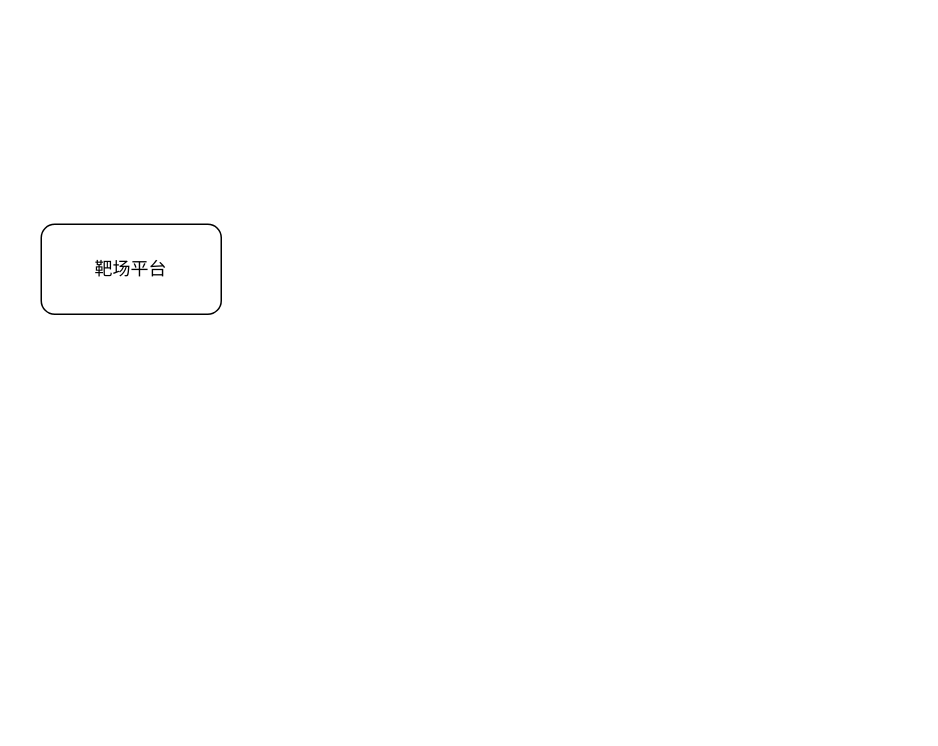
Before: 未命名绘图.drawio in HeisenbergV/algo, a draw.io diagram. Source tidied: cells renumbered, new cells numbered last; positions are measured from the earlier drawing's top-left corner, leaving out a move shared by most shapes. Both pictures are drawn from the tidied source at 150%, with x=0, y=0 at pixel (40, 224).
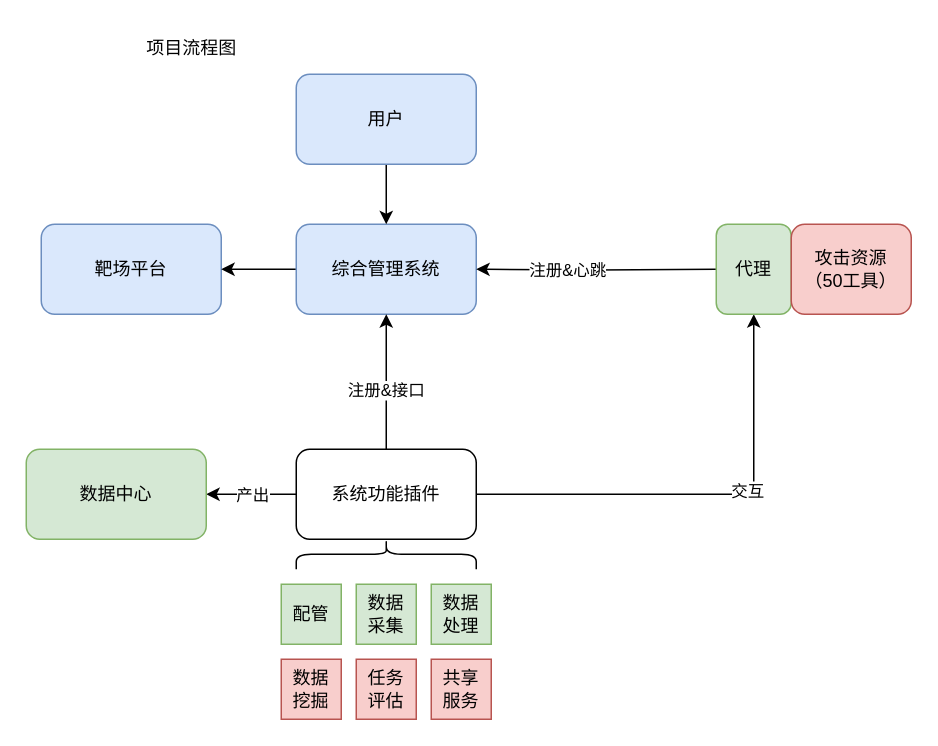
Above is the later version.

Commit message:
更新未命名绘图.drawio

Change to the diagram source:
```diff
@@
-    <mxCell id="2" value="靶场平台" style="rounded=1;whiteSpace=wrap;html=1;" parent="1" vertex="1">
+    <mxCell id="2" value="靶场平台" style="rounded=1;whiteSpace=wrap;html=1;fillColor=#dae8fc;strokeColor=#6c8ebf;" parent="1" vertex="1">
       <mxGeometry width="120" height="60" as="geometry" />
     </mxCell>
+    <mxCell id="3" style="edgeStyle=orthogonalEdgeStyle;rounded=0;jettySize=auto;html=1;entryX=1;entryY=0.5;entryDx=0;entryDy=0;" parent="1" edge="1" source="4" target="2">
+      <mxGeometry relative="1" as="geometry" />
+    </mxCell>
+    <mxCell id="4" value="综合管理系统" style="rounded=1;whiteSpace=wrap;html=1;fillColor=#dae8fc;strokeColor=#6c8ebf;" parent="1" vertex="1">
+      <mxGeometry x="170" width="120" height="60" as="geometry" />
+    </mxCell>
+    <mxCell id="5" style="edgeStyle=orthogonalEdgeStyle;rounded=0;jettySize=auto;html=1;entryX=1;entryY=0.5;entryDx=0;entryDy=0;" parent="1" edge="1" target="4">
+      <mxGeometry relative="1" as="geometry">
+        <mxPoint x="450" y="30" as="sourcePoint" />
+      </mxGeometry>
+    </mxCell>
+    <mxCell id="6" value="注册&amp;amp;心跳" style="edgeLabel;html=1;align=center;verticalAlign=middle;" parent="5" vertex="1">
+      <mxGeometry x="0.24" relative="1" as="geometry" />
+    </mxCell>
+    <mxCell id="7" style="edgeStyle=orthogonalEdgeStyle;rounded=0;jettySize=auto;html=1;entryX=0.5;entryY=1;entryDx=0;entryDy=0;" parent="1" edge="1" source="13" target="4">
+      <mxGeometry relative="1" as="geometry" />
+    </mxCell>
+    <mxCell id="8" value="注册&amp;amp;接口" style="edgeLabel;html=1;align=center;verticalAlign=middle;" parent="7" vertex="1">
+      <mxGeometry x="-0.11" y="1" relative="1" as="geometry" />
+    </mxCell>
+    <mxCell id="9" style="edgeStyle=orthogonalEdgeStyle;rounded=0;jettySize=auto;html=1;entryX=0.5;entryY=1;entryDx=0;entryDy=0;" parent="1" edge="1" source="13" target="24">
+      <mxGeometry relative="1" as="geometry" />
+    </mxCell>
+    <mxCell id="10" value="交互" style="edgeLabel;html=1;align=center;verticalAlign=middle;" parent="9" vertex="1">
+      <mxGeometry x="0.18" y="3" relative="1" as="geometry" />
+    </mxCell>
+    <mxCell id="11" style="edgeStyle=orthogonalEdgeStyle;rounded=0;jettySize=auto;html=1;" parent="1" edge="1" source="13" target="22">
+      <mxGeometry relative="1" as="geometry" />
+    </mxCell>
+    <mxCell id="12" value="产出" style="edgeLabel;html=1;align=center;verticalAlign=middle;" parent="11" vertex="1">
+      <mxGeometry relative="1" as="geometry" />
+    </mxCell>
+    <mxCell id="13" value="系统功能插件" style="rounded=1;whiteSpace=wrap;html=1;" parent="1" vertex="1">
+      <mxGeometry x="170" y="150" width="120" height="60" as="geometry" />
+    </mxCell>
+    <mxCell id="14" style="edgeStyle=orthogonalEdgeStyle;rounded=0;jettySize=auto;html=1;entryX=0.5;entryY=0;entryDx=0;entryDy=0;" parent="1" edge="1" source="15" target="4">
+      <mxGeometry relative="1" as="geometry" />
+    </mxCell>
+    <mxCell id="15" value="用户" style="rounded=1;whiteSpace=wrap;html=1;fillColor=#dae8fc;strokeColor=#6c8ebf;" parent="1" vertex="1">
+      <mxGeometry x="170" y="-100" width="120" height="60" as="geometry" />
+    </mxCell>
+    <mxCell id="16" value="配管" style="whiteSpace=wrap;html=1;fillColor=#d5e8d4;strokeColor=#82b366;" parent="1" vertex="1">
+      <mxGeometry x="160" y="240" width="40" height="40" as="geometry" />
+    </mxCell>
+    <mxCell id="17" value="数据&lt;div&gt;采集&lt;/div&gt;" style="whiteSpace=wrap;html=1;fillColor=#d5e8d4;strokeColor=#82b366;" parent="1" vertex="1">
+      <mxGeometry x="210" y="240" width="40" height="40" as="geometry" />
+    </mxCell>
+    <mxCell id="18" value="数据&lt;div&gt;处理&lt;/div&gt;" style="whiteSpace=wrap;html=1;fillColor=#d5e8d4;strokeColor=#82b366;" parent="1" vertex="1">
+      <mxGeometry x="260" y="240" width="40" height="40" as="geometry" />
+    </mxCell>
+    <mxCell id="19" value="数据&lt;div&gt;挖掘&lt;/div&gt;" style="whiteSpace=wrap;html=1;fillColor=#f8cecc;strokeColor=#b85450;" parent="1" vertex="1">
+      <mxGeometry x="160" y="290" width="40" height="40" as="geometry" />
+    </mxCell>
+    <mxCell id="20" value="任务&lt;div&gt;评估&lt;/div&gt;" style="whiteSpace=wrap;html=1;fillColor=#f8cecc;strokeColor=#b85450;" parent="1" vertex="1">
+      <mxGeometry x="210" y="290" width="40" height="40" as="geometry" />
+    </mxCell>
+    <mxCell id="21" value="共享&lt;div&gt;服务&lt;/div&gt;" style="whiteSpace=wrap;html=1;fillColor=#f8cecc;strokeColor=#b85450;" parent="1" vertex="1">
+      <mxGeometry x="260" y="290" width="40" height="40" as="geometry" />
+    </mxCell>
+    <mxCell id="22" value="数据中心" style="whiteSpace=wrap;html=1;rounded=1;fillColor=#d5e8d4;strokeColor=#82b366;" parent="1" vertex="1">
+      <mxGeometry x="-10" y="150" width="120" height="60" as="geometry" />
+    </mxCell>
+    <mxCell id="23" style="shape=curlyBracket;whiteSpace=wrap;html=1;rounded=1;labelPosition=left;verticalLabelPosition=middle;align=right;verticalAlign=middle;rotation=90;" parent="1" vertex="1">
+      <mxGeometry x="220" y="160" width="20" height="120" as="geometry" />
+    </mxCell>
+    <mxCell id="24" value="代理" style="rounded=1;whiteSpace=wrap;html=1;fillColor=#d5e8d4;strokeColor=#82b366;" parent="1" vertex="1">
+      <mxGeometry x="450" width="50" height="60" as="geometry" />
+    </mxCell>
+    <mxCell id="25" value="攻击资源&lt;div&gt;（50工具）&lt;/div&gt;" style="rounded=1;whiteSpace=wrap;html=1;fillColor=#f8cecc;strokeColor=#b85450;" parent="1" vertex="1">
+      <mxGeometry x="500" width="80" height="60" as="geometry" />
+    </mxCell>
+    <mxCell id="26" value="项目流程图" style="text;html=1;align=center;verticalAlign=middle;strokeColor=none;fillColor=none;" parent="1" vertex="1">
+      <mxGeometry x="60" y="-132" width="80" height="30" as="geometry" />
+    </mxCell>
```
